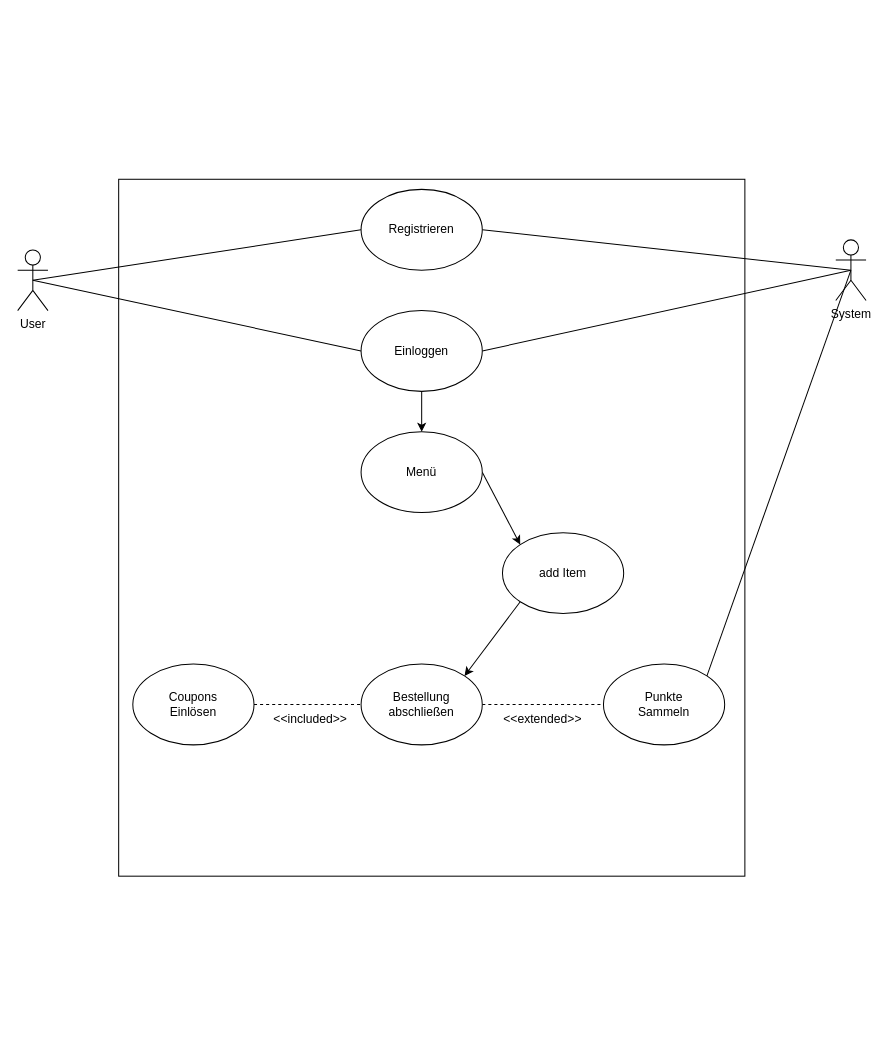
Above: CoffeeStar-Planung/CoffeeStar-UML.drawio in TVil23/CoffeeStar (draw.io), before the change. Source tidied: cells renumbered, new cells numbered last; positions are measured from the earlier drawing's top-left corner, leaving out a move shared by most shapes. Both pictures are drawn from the tidied source at 101%, with x=0, y=0 at pixel (17, 179).
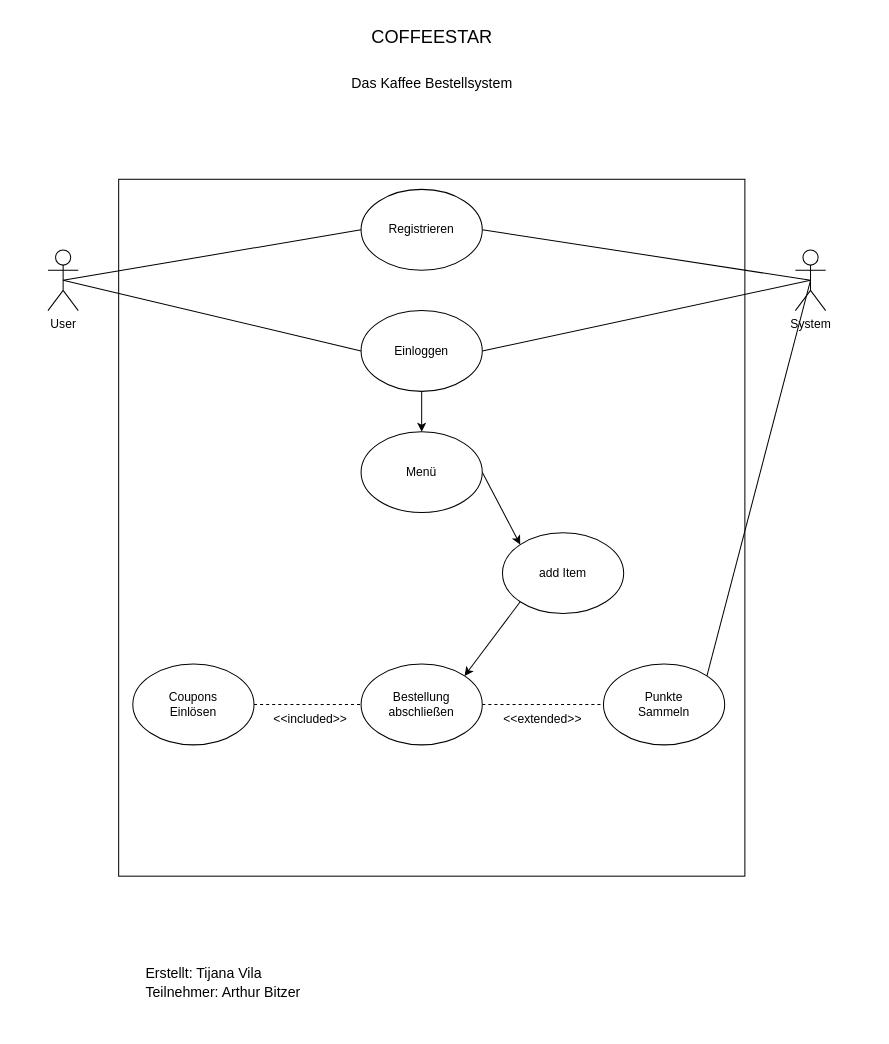
The same page after the edit.

Diff of the diagram source:
```diff
@@
     <mxCell id="5" value="User" style="shape=umlActor;verticalLabelPosition=bottom;verticalAlign=top;html=1;outlineConnect=0;" parent="1" vertex="1">
-      <mxGeometry y="70" width="30" height="60" as="geometry" />
+      <mxGeometry x="30" y="70" width="30" height="60" as="geometry" />
     </mxCell>
@@
     <mxCell id="9" value="System" style="shape=umlActor;verticalLabelPosition=bottom;verticalAlign=top;html=1;outlineConnect=0;" parent="1" vertex="1">
-      <mxGeometry x="810" y="60" width="30" height="60" as="geometry" />
+      <mxGeometry x="770" y="70" width="30" height="60" as="geometry" />
     </mxCell>
@@
+    <mxCell id="24" value="&lt;p style=&quot;line-height: 130%; font-size: 14px;&quot;&gt;Erstellt: Tijana Vila&lt;br&gt;Teilnehmer: Arthur Bitzer&lt;/p&gt;" style="text;html=1;align=left;verticalAlign=middle;whiteSpace=wrap;rounded=0;" parent="1" vertex="1">
+      <mxGeometry x="125" y="750" width="250" height="90" as="geometry" />
+    </mxCell>
+    <mxCell id="25" value="&lt;font style=&quot;font-size: 18px;&quot;&gt;COFFEESTAR&lt;/font&gt;" style="text;html=1;align=center;verticalAlign=middle;whiteSpace=wrap;rounded=0;" parent="1" vertex="1">
+      <mxGeometry x="257.5" y="-160" width="305" height="40" as="geometry" />
+    </mxCell>
+    <mxCell id="26" value="&lt;font style=&quot;font-size: 14px;&quot;&gt;Das Kaffee Bestellsystem&lt;/font&gt;" style="text;html=1;align=center;verticalAlign=middle;whiteSpace=wrap;rounded=0;" parent="1" vertex="1">
+      <mxGeometry x="253.8" y="-110" width="312.5" height="30" as="geometry" />
+    </mxCell>
```
